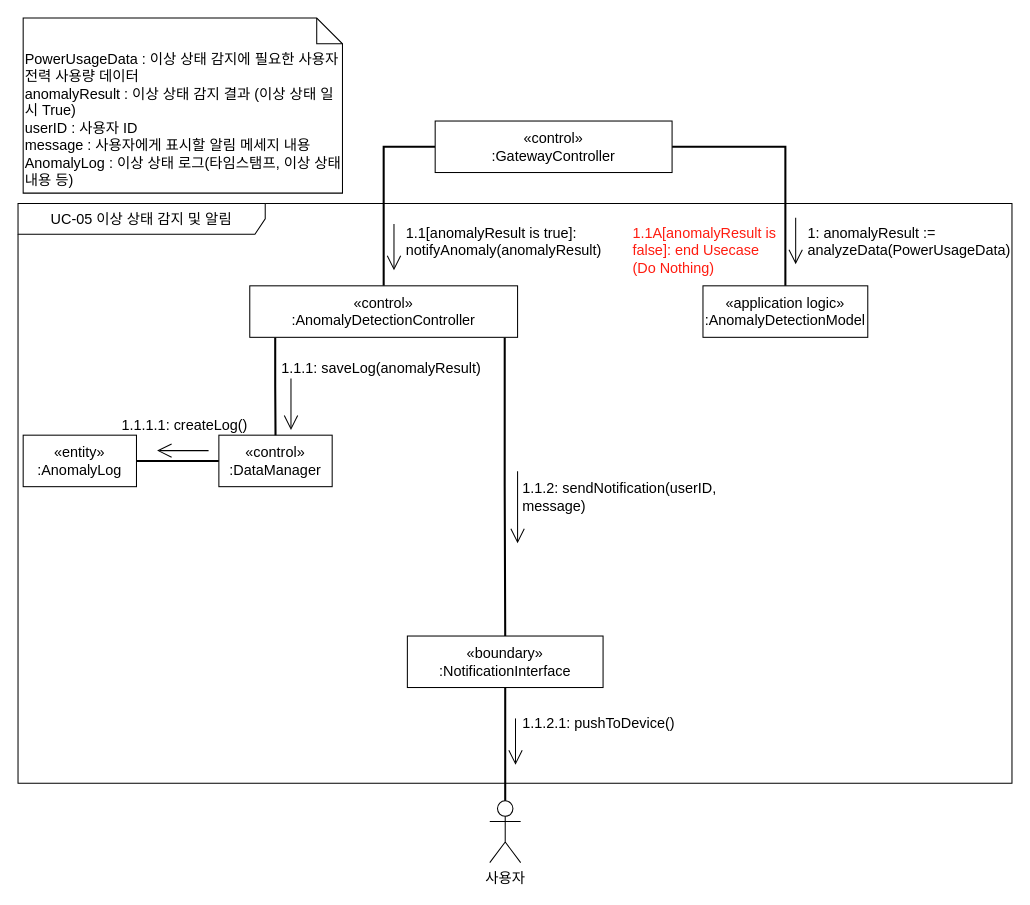
GeniusHoon/AssociateArchitect keeps this draw.io diagram as page "UC-05" (3 of 4) of DomainModeling.drawio. Above is the earlier version. Source tidied: cells renumbered, new cells numbered last; positions are measured from the earlier drawing's top-left corner, leaving out a move shared by most shapes. Both pictures are drawn from the tidied source at 103%, with x=0, y=0 at pixel (18, 18).
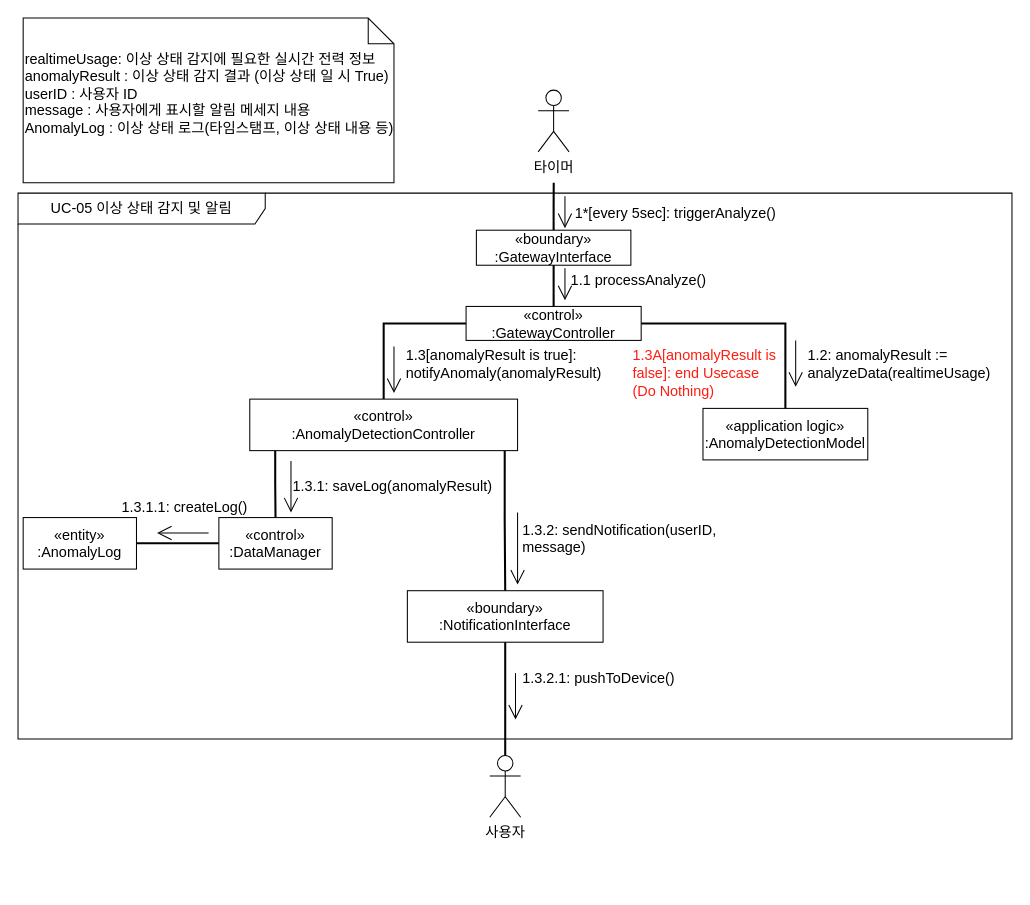
Above is the later version.

Commit message:
use timer to trigger

The edit, as a diff of the source:
```diff
@@
-    <mxCell id="2" value="PowerUsageData : 이상 상태 감지에 필요한 사용자 전력 사용량 데이터&lt;div&gt;anomalyResult : 이상 상태 감지 결과 (이상 상태 일 시 True)&lt;/div&gt;&lt;div&gt;userID : 사용자 ID&lt;/div&gt;&lt;div&gt;message : 사용자에게 표시할 알림 메세지 내용&lt;/div&gt;&lt;div&gt;AnomalyLog : 이상 상태 로그(타임스탬프, 이상 상태 내용 등)&lt;/div&gt;&lt;div&gt;&lt;br&gt;&lt;/div&gt;" style="shape=note2;boundedLbl=1;whiteSpace=wrap;html=1;size=25;verticalAlign=top;align=left;fontSize=14;" parent="1" vertex="1">
-      <mxGeometry x="5" width="310" height="170" as="geometry" />
+    <mxCell id="2" value="realtimeUsage: 이상 상태 감지에 필요한 실시간 전력 정보&lt;div&gt;anomalyResult : 이상 상태 감지 결과 (이상 상태 일 시 True)&lt;/div&gt;&lt;div&gt;userID : 사용자 ID&lt;/div&gt;&lt;div&gt;message : 사용자에게 표시할 알림 메세지 내용&lt;/div&gt;&lt;div&gt;AnomalyLog : 이상 상태 로그(타임스탬프, 이상 상태 내용 등)&lt;/div&gt;&lt;div&gt;&lt;br&gt;&lt;/div&gt;" style="shape=note2;boundedLbl=1;whiteSpace=wrap;html=1;size=25;verticalAlign=top;align=left;fontSize=14;" parent="1" vertex="1">
+      <mxGeometry x="5" width="360" height="160" as="geometry" />
     </mxCell>
     <mxCell id="3" value="사용자" style="shape=umlActor;verticalLabelPosition=bottom;verticalAlign=top;html=1;fontSize=14;" parent="1" vertex="1">
-      <mxGeometry x="458" y="760" width="30" height="60" as="geometry" />
+      <mxGeometry x="458" y="716" width="30" height="60" as="geometry" />
     </mxCell>
@@
     <mxCell id="5" value="«control»&lt;br&gt;&lt;div&gt;:DataManager&lt;/div&gt;" style="html=1;whiteSpace=wrap;fontSize=14;" parent="1" vertex="1">
-      <mxGeometry x="195" y="405" width="110" height="50" as="geometry" />
+      <mxGeometry x="195" y="485" width="110" height="50" as="geometry" />
     </mxCell>
     <mxCell id="6" value="«boundary»&lt;br&gt;&lt;div&gt;:NotificationInterface&lt;/div&gt;" style="html=1;whiteSpace=wrap;fontSize=14;" parent="1" vertex="1">
-      <mxGeometry x="378" y="600" width="190" height="50" as="geometry" />
+      <mxGeometry x="378" y="556" width="190" height="50" as="geometry" />
     </mxCell>
     <mxCell id="7" value="«application logic»&lt;br&gt;&lt;div&gt;:AnomalyDetectionModel&lt;/div&gt;" style="html=1;whiteSpace=wrap;fontSize=14;" parent="1" vertex="1">
-      <mxGeometry x="665" y="260" width="160" height="50" as="geometry" />
+      <mxGeometry x="665" y="379" width="160" height="50" as="geometry" />
     </mxCell>
@@
-    <mxCell id="9" style="edgeStyle=orthogonalEdgeStyle;rounded=0;jettySize=auto;html=1;exitX=0;exitY=0.5;exitDx=0;exitDy=0;entryX=0.5;entryY=0;entryDx=0;entryDy=0;strokeWidth=2;endArrow=none;endFill=0;fontSize=14;" parent="1" edge="1" source="10" target="18">
-      <mxGeometry relative="1" as="geometry">
-        <Array as="points">
-          <mxPoint x="355" y="125" />
-        </Array>
-      </mxGeometry>
+    <mxCell id="9" style="edgeStyle=orthogonalEdgeStyle;rounded=0;jettySize=auto;html=1;exitX=0;exitY=0.5;exitDx=0;exitDy=0;entryX=0.5;entryY=0;entryDx=0;entryDy=0;endArrow=none;endFill=0;strokeWidth=2;" parent="1" edge="1" source="10" target="18">
+      <mxGeometry relative="1" as="geometry" />
     </mxCell>
     <mxCell id="10" value="«control»&lt;br&gt;&lt;div&gt;:GatewayController&lt;/div&gt;" style="html=1;whiteSpace=wrap;fontSize=14;" parent="1" vertex="1">
-      <mxGeometry x="405" y="100" width="230" height="50" as="geometry" />
+      <mxGeometry x="435" y="280" width="170" height="33" as="geometry" />
     </mxCell>
     <mxCell id="11" style="endArrow=open;endFill=1;endSize=12;html=1;rounded=0;fontSize=14;" parent="1" edge="1">
       <mxGeometry relative="1" as="geometry">
-        <mxPoint x="265" y="350" as="sourcePoint" />
-        <mxPoint x="265" y="400" as="targetPoint" />
+        <mxPoint x="265" y="430" as="sourcePoint" />
+        <mxPoint x="265" y="480" as="targetPoint" />
       </mxGeometry>
     </mxCell>
     <mxCell id="12" value="UC-05 이상 상태 감지 및 알림" style="shape=umlFrame;whiteSpace=wrap;html=1;width=240;height=30;fontSize=14;" parent="1" vertex="1">
-      <mxGeometry y="180" width="965" height="563" as="geometry" />
+      <mxGeometry y="170" width="965" height="530" as="geometry" />
     </mxCell>
     <mxCell id="13" style="endArrow=open;endFill=1;endSize=12;html=1;rounded=0;fontSize=14;entryX=0;entryY=1;entryDx=0;entryDy=0;" parent="1" edge="1">
       <mxGeometry relative="1" as="geometry">
-        <mxPoint x="755" y="194" as="sourcePoint" />
-        <mxPoint x="755" y="239" as="targetPoint" />
+        <mxPoint x="755" y="313" as="sourcePoint" />
+        <mxPoint x="755" y="358" as="targetPoint" />
       </mxGeometry>
     </mxCell>
     <mxCell id="14" value="«entity»&lt;br&gt;&lt;div&gt;:AnomalyLog&lt;/div&gt;" style="html=1;whiteSpace=wrap;fontSize=14;" parent="1" vertex="1">
-      <mxGeometry x="5" y="405" width="110" height="50" as="geometry" />
+      <mxGeometry x="5" y="485" width="110" height="50" as="geometry" />
     </mxCell>
-    <mxCell id="15" value="1: anomalyResult :=&#10;analyzeData(PowerUsageData)" style="text;whiteSpace=wrap;fontSize=14;" parent="1" vertex="1">
-      <mxGeometry x="765" y="194" width="176.5" height="40" as="geometry" />
+    <mxCell id="15" value="1.2: anomalyResult :=&#10;analyzeData(realtimeUsage)" style="text;whiteSpace=wrap;fontSize=14;" parent="1" vertex="1">
+      <mxGeometry x="765" y="313" width="176.5" height="40" as="geometry" />
     </mxCell>
@@
     <mxCell id="18" value="«control»&lt;br&gt;&lt;div&gt;:AnomalyDetectionController&lt;/div&gt;" style="html=1;whiteSpace=wrap;fontSize=14;" parent="1" vertex="1">
-      <mxGeometry x="225" y="260" width="260" height="50" as="geometry" />
+      <mxGeometry x="225" y="370" width="260" height="50" as="geometry" />
     </mxCell>
     <mxCell id="19" style="endArrow=open;endFill=1;endSize=12;html=1;rounded=0;fontSize=14;entryX=0;entryY=1;entryDx=0;entryDy=0;" parent="1" edge="1">
       <mxGeometry relative="1" as="geometry">
-        <mxPoint x="365" y="200" as="sourcePoint" />
-        <mxPoint x="365" y="245" as="targetPoint" />
+        <mxPoint x="365" y="319" as="sourcePoint" />
+        <mxPoint x="365" y="364" as="targetPoint" />
       </mxGeometry>
     </mxCell>
-    <mxCell id="20" value="1.1[anomalyResult is true]: notifyAnomaly(anomalyResult)" style="text;whiteSpace=wrap;fontSize=14;" parent="1" vertex="1">
-      <mxGeometry x="375" y="194" width="176" height="40" as="geometry" />
+    <mxCell id="20" value="1.3[anomalyResult is true]: notifyAnomaly(anomalyResult)" style="text;whiteSpace=wrap;fontSize=14;" parent="1" vertex="1">
+      <mxGeometry x="375" y="313" width="176" height="40" as="geometry" />
     </mxCell>
@@
-    <mxCell id="22" value="1.1.1: saveLog(anomalyResult)" style="text;whiteSpace=wrap;fontSize=14;" parent="1" vertex="1">
-      <mxGeometry x="254" y="325" width="200" height="40" as="geometry" />
+    <mxCell id="22" value="1.3.1: saveLog(anomalyResult)" style="text;whiteSpace=wrap;fontSize=14;" parent="1" vertex="1">
+      <mxGeometry x="265" y="440" width="200" height="40" as="geometry" />
     </mxCell>
-    <mxCell id="23" value="1.1.1.1: createLog()" style="text;whiteSpace=wrap;fontSize=14;" parent="1" vertex="1">
-      <mxGeometry x="99" y="380" width="140" height="40" as="geometry" />
+    <mxCell id="23" value="1.3.1.1: createLog()" style="text;whiteSpace=wrap;fontSize=14;" parent="1" vertex="1">
+      <mxGeometry x="99" y="460" width="140" height="40" as="geometry" />
     </mxCell>
-    <mxCell id="24" value="1.1.2: sendNotification(userID, message)" style="text;whiteSpace=wrap;fontSize=14;" parent="1" vertex="1">
-      <mxGeometry x="488" y="441.5" width="250" height="40" as="geometry" />
+    <mxCell id="24" value="1.3.2: sendNotification(userID, message)" style="text;whiteSpace=wrap;fontSize=14;" parent="1" vertex="1">
+      <mxGeometry x="488" y="481.5" width="250" height="40" as="geometry" />
     </mxCell>
-    <mxCell id="25" value="1.1.2.1: pushToDevice()" style="text;whiteSpace=wrap;fontSize=14;" parent="1" vertex="1">
-      <mxGeometry x="488" y="670" width="160" height="40" as="geometry" />
+    <mxCell id="25" value="1.3.2.1: pushToDevice()" style="text;whiteSpace=wrap;fontSize=14;" parent="1" vertex="1">
+      <mxGeometry x="488" y="626" width="160" height="40" as="geometry" />
     </mxCell>
     <mxCell id="26" style="endArrow=open;endFill=1;endSize=12;html=1;rounded=0;fontSize=14;entryX=0;entryY=1;entryDx=0;entryDy=0;" parent="1" edge="1">
       <mxGeometry relative="1" as="geometry">
-        <mxPoint x="483" y="680" as="sourcePoint" />
-        <mxPoint x="483" y="725" as="targetPoint" />
+        <mxPoint x="483" y="636" as="sourcePoint" />
+        <mxPoint x="483" y="681" as="targetPoint" />
       </mxGeometry>
     </mxCell>
     <mxCell id="27" style="endArrow=open;endFill=1;endSize=12;html=1;rounded=0;fontSize=14;" parent="1" edge="1">
       <mxGeometry relative="1" as="geometry">
-        <mxPoint x="485" y="440" as="sourcePoint" />
-        <mxPoint x="485" y="510" as="targetPoint" />
+        <mxPoint x="485" y="480" as="sourcePoint" />
+        <mxPoint x="485" y="550" as="targetPoint" />
       </mxGeometry>
     </mxCell>
     <mxCell id="28" style="endArrow=open;endFill=1;endSize=12;html=1;rounded=0;fontSize=14;" parent="1" edge="1">
       <mxGeometry relative="1" as="geometry">
-        <mxPoint x="185" y="420" as="sourcePoint" />
-        <mxPoint x="135" y="420" as="targetPoint" />
+        <mxPoint x="185" y="500" as="sourcePoint" />
+        <mxPoint x="135" y="500" as="targetPoint" />
       </mxGeometry>
     </mxCell>
-    <mxCell id="29" value="1.1A[anomalyResult is false]: end Usecase&#10;(Do Nothing)" style="text;whiteSpace=wrap;fontSize=14;fontColor=#FF1C10;" parent="1" vertex="1">
-      <mxGeometry x="595" y="194" width="176" height="56" as="geometry" />
+    <mxCell id="29" value="1.3A[anomalyResult is false]: end Usecase&#10;(Do Nothing)" style="text;whiteSpace=wrap;fontSize=14;fontColor=#FF1C10;" parent="1" vertex="1">
+      <mxGeometry x="595" y="313" width="176" height="56" as="geometry" />
     </mxCell>
+    <mxCell id="30" style="edgeStyle=orthogonalEdgeStyle;rounded=0;jettySize=auto;html=1;exitX=0.5;exitY=0;exitDx=0;exitDy=0;strokeWidth=2;endArrow=none;endFill=0;" parent="1" edge="1" source="31">
+      <mxGeometry relative="1" as="geometry">
+        <mxPoint x="520.1" y="160" as="targetPoint" />
+      </mxGeometry>
+    </mxCell>
+    <mxCell id="31" value="«boundary»&lt;br&gt;&lt;div&gt;:GatewayInterface&lt;/div&gt;" style="html=1;whiteSpace=wrap;fontSize=14;" parent="1" vertex="1">
+      <mxGeometry x="445" y="206" width="150" height="34" as="geometry" />
+    </mxCell>
+    <mxCell id="32" style="edgeStyle=orthogonalEdgeStyle;rounded=0;jettySize=auto;html=1;exitX=0.5;exitY=1;exitDx=0;exitDy=0;entryX=0.5;entryY=0;entryDx=0;entryDy=0;endArrow=none;endFill=0;strokeWidth=2;" parent="1" edge="1" source="31" target="10">
+      <mxGeometry relative="1" as="geometry" />
+    </mxCell>
+    <mxCell id="33" value="타이머" style="shape=umlActor;verticalLabelPosition=bottom;verticalAlign=top;html=1;fontSize=14;" parent="1" vertex="1">
+      <mxGeometry x="505" y="70" width="30" height="60" as="geometry" />
+    </mxCell>
+    <mxCell id="34" style="endArrow=open;endFill=1;endSize=12;html=1;rounded=0;fontSize=14;entryX=0;entryY=1;entryDx=0;entryDy=0;" parent="1" edge="1">
+      <mxGeometry relative="1" as="geometry">
+        <mxPoint x="531" y="243" as="sourcePoint" />
+        <mxPoint x="531" y="274" as="targetPoint" />
+      </mxGeometry>
+    </mxCell>
+    <mxCell id="35" value="1*[every 5sec]: triggerAnalyze()" style="text;whiteSpace=wrap;fontSize=14;" parent="1" vertex="1">
+      <mxGeometry x="539" y="175" width="226" height="40" as="geometry" />
+    </mxCell>
+    <mxCell id="36" style="endArrow=open;endFill=1;endSize=12;html=1;rounded=0;fontSize=14;entryX=0;entryY=1;entryDx=0;entryDy=0;" parent="1" edge="1">
+      <mxGeometry relative="1" as="geometry">
+        <mxPoint x="531" y="173" as="sourcePoint" />
+        <mxPoint x="531" y="204" as="targetPoint" />
+      </mxGeometry>
+    </mxCell>
+    <mxCell id="37" value="1.1 processAnalyze()" style="text;whiteSpace=wrap;fontSize=14;" parent="1" vertex="1">
+      <mxGeometry x="535" y="240" width="226" height="40" as="geometry" />
+    </mxCell>
```
